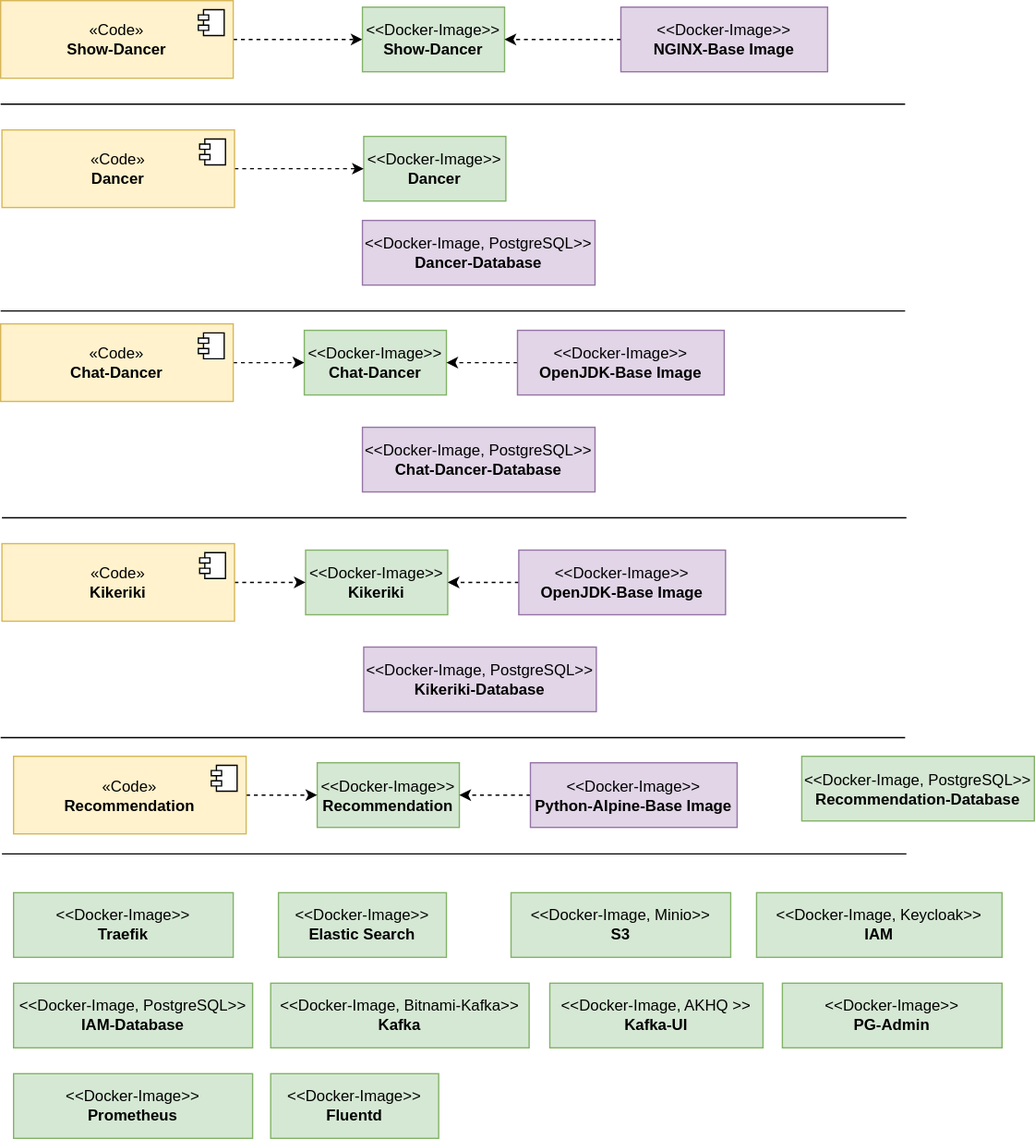
Earlier version of the draw.io export src/main/jbake/content/documentation/arc42/images/deployment-components.drawio.svg (dancier/documentation). Source tidied: cells renumbered, new cells last; positions are measured from the earlier drawing's top-left corner, leaving out a move shared by most shapes.
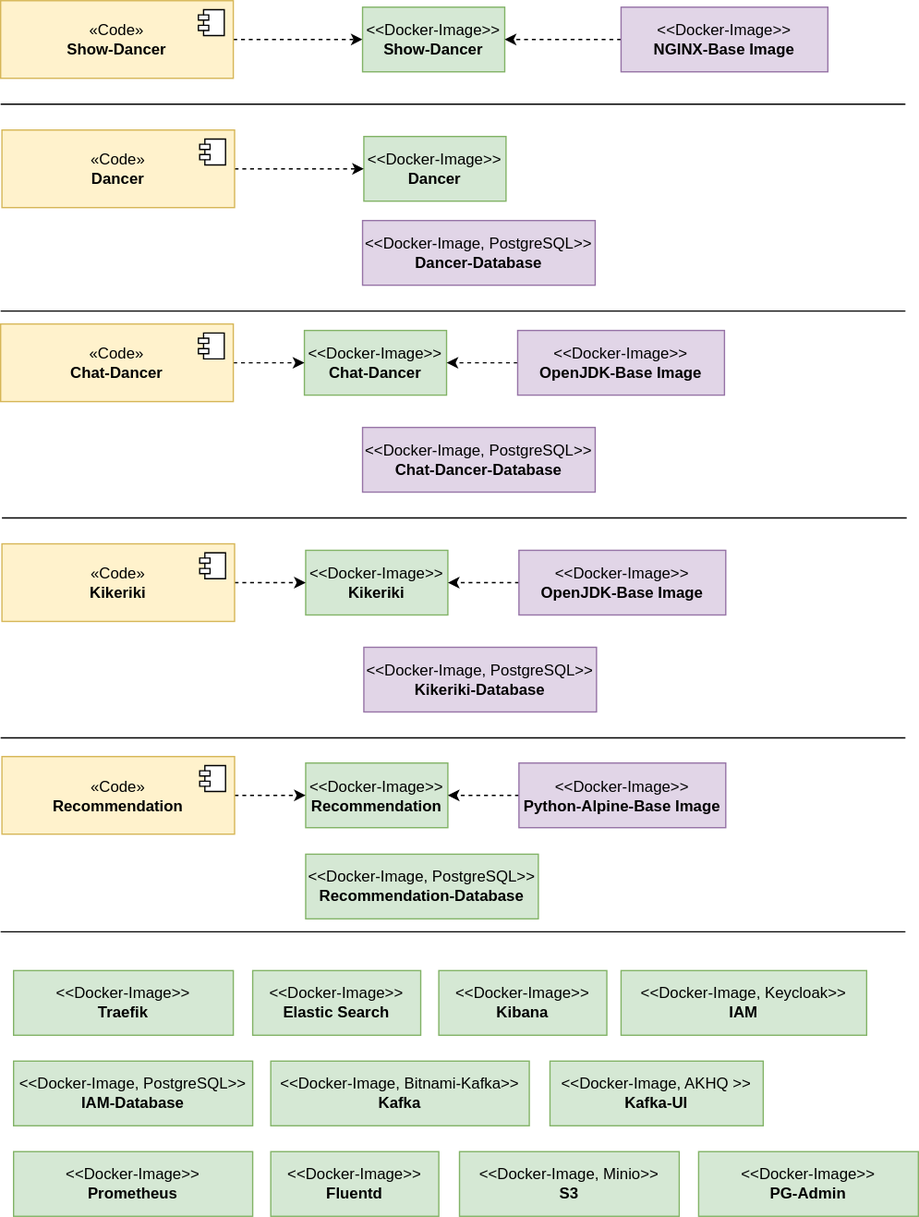
The same diagram one commit later.

Diff of the diagram source:
```diff
@@ -63,19 +63,19 @@
       <mxGeometry x="280" y="330" width="180" height="50" as="geometry" />
     </mxCell>
     <mxCell id="20" value="&amp;lt;&amp;lt;Docker-Image&amp;gt;&amp;gt;&lt;br&gt;&lt;b&gt;Fluentd&lt;/b&gt;" style="html=1;whiteSpace=wrap;fillColor=#d5e8d4;strokeColor=#82b366;" parent="1" vertex="1">
-      <mxGeometry x="209" y="830" width="130" height="50" as="geometry" />
+      <mxGeometry x="209" y="890" width="130" height="50" as="geometry" />
     </mxCell>
     <mxCell id="21" value="&amp;lt;&amp;lt;Docker-Image, Keycloak&amp;gt;&amp;gt;&lt;br&gt;&lt;b&gt;IAM&lt;/b&gt;" style="html=1;whiteSpace=wrap;fillColor=#d5e8d4;strokeColor=#82b366;" parent="1" vertex="1">
-      <mxGeometry x="585" y="690" width="190" height="50" as="geometry" />
+      <mxGeometry x="480" y="750" width="190" height="50" as="geometry" />
     </mxCell>
     <mxCell id="22" value="&amp;lt;&amp;lt;Docker-Image, PostgreSQL&amp;gt;&amp;gt;&lt;br&gt;&lt;b&gt;IAM-Database&lt;/b&gt;" style="html=1;whiteSpace=wrap;fillColor=#d5e8d4;strokeColor=#82b366;" parent="1" vertex="1">
-      <mxGeometry x="10" y="760" width="185" height="50" as="geometry" />
+      <mxGeometry x="10" y="820" width="185" height="50" as="geometry" />
     </mxCell>
     <mxCell id="23" value="&amp;lt;&amp;lt;Docker-Image, Bitnami-Kafka&amp;gt;&amp;gt;&lt;br&gt;&lt;b&gt;Kafka&lt;/b&gt;" style="html=1;whiteSpace=wrap;fillColor=#d5e8d4;strokeColor=#82b366;" parent="1" vertex="1">
-      <mxGeometry x="209" y="760" width="200" height="50" as="geometry" />
+      <mxGeometry x="209" y="820" width="200" height="50" as="geometry" />
     </mxCell>
     <mxCell id="24" value="&amp;lt;&amp;lt;Docker-Image, AKHQ &amp;gt;&amp;gt;&lt;br&gt;&lt;b&gt;Kafka-UI&lt;/b&gt;" style="html=1;whiteSpace=wrap;fillColor=#d5e8d4;strokeColor=#82b366;" parent="1" vertex="1">
-      <mxGeometry x="425" y="760" width="165" height="50" as="geometry" />
+      <mxGeometry x="425" y="820" width="165" height="50" as="geometry" />
     </mxCell>
     <mxCell id="25" value="&amp;lt;&amp;lt;Docker-Image&amp;gt;&amp;gt;&lt;br&gt;&lt;b&gt;Kikeriki&lt;/b&gt;" style="html=1;whiteSpace=wrap;fillColor=#d5e8d4;strokeColor=#82b366;" parent="1" vertex="1">
       <mxGeometry x="236" y="425" width="110" height="50" as="geometry" />
@@ -101,19 +101,19 @@
       <mxGeometry x="281" y="500" width="180" height="50" as="geometry" />
     </mxCell>
     <mxCell id="32" value="&amp;lt;&amp;lt;Docker-Image&amp;gt;&amp;gt;&lt;br&gt;&lt;b&gt;PG-Admin&lt;/b&gt;" style="html=1;whiteSpace=wrap;fillColor=#d5e8d4;strokeColor=#82b366;" parent="1" vertex="1">
-      <mxGeometry x="605" y="760" width="170" height="50" as="geometry" />
+      <mxGeometry x="540" y="890" width="170" height="50" as="geometry" />
     </mxCell>
     <mxCell id="33" value="&amp;lt;&amp;lt;Docker-Image&amp;gt;&amp;gt;&lt;br&gt;&lt;b&gt;Prometheus&lt;/b&gt;" style="html=1;whiteSpace=wrap;fillColor=#d5e8d4;strokeColor=#82b366;" parent="1" vertex="1">
-      <mxGeometry x="10" y="830" width="185" height="50" as="geometry" />
+      <mxGeometry x="10" y="890" width="185" height="50" as="geometry" />
     </mxCell>
     <mxCell id="34" value="&amp;lt;&amp;lt;Docker-Image&amp;gt;&amp;gt;&lt;br&gt;&lt;b&gt;Recommendation&lt;/b&gt;" style="html=1;whiteSpace=wrap;fillColor=#d5e8d4;strokeColor=#82b366;" parent="1" vertex="1">
-      <mxGeometry x="245" y="589.5" width="110" height="50" as="geometry" />
+      <mxGeometry x="236" y="589.5" width="110" height="50" as="geometry" />
     </mxCell>
     <mxCell id="35" style="edgeStyle=orthogonalEdgeStyle;rounded=0;jettySize=auto;html=1;entryX=0;entryY=0.5;entryDx=0;entryDy=0;dashed=1;" parent="1" edge="1" source="36" target="34">
       <mxGeometry relative="1" as="geometry" />
     </mxCell>
     <mxCell id="36" value="«Code»&lt;br&gt;&lt;b&gt;Recommendation&lt;/b&gt;" style="html=1;whiteSpace=wrap;fillColor=#fff2cc;strokeColor=#d6b656;" parent="1" vertex="1">
-      <mxGeometry x="10" y="584.5" width="180" height="60" as="geometry" />
+      <mxGeometry x="1" y="584.5" width="180" height="60" as="geometry" />
     </mxCell>
     <mxCell id="37" style="shape=module;jettyWidth=8;jettyHeight=4;" parent="36" vertex="1">
       <mxGeometry x="1" width="20" height="20" relative="1" as="geometry">
@@ -124,19 +124,19 @@
       <mxGeometry relative="1" as="geometry" />
     </mxCell>
     <mxCell id="39" value="&amp;lt;&amp;lt;Docker-Image&amp;gt;&amp;gt;&lt;br&gt;&lt;b&gt;Python-Alpine-Base Image&lt;/b&gt;" style="html=1;whiteSpace=wrap;fillColor=#e1d5e7;strokeColor=#9673a6;" parent="1" vertex="1">
-      <mxGeometry x="410" y="589.5" width="160" height="50" as="geometry" />
+      <mxGeometry x="401" y="589.5" width="160" height="50" as="geometry" />
     </mxCell>
     <mxCell id="40" value="&amp;lt;&amp;lt;Docker-Image, PostgreSQL&amp;gt;&amp;gt;&lt;br&gt;&lt;b&gt;Recommendation-Database&lt;/b&gt;" style="html=1;whiteSpace=wrap;fillColor=#d5e8d4;strokeColor=#82b366;" parent="1" vertex="1">
-      <mxGeometry x="620" y="584.5" width="180" height="50" as="geometry" />
+      <mxGeometry x="236" y="660" width="180" height="50" as="geometry" />
     </mxCell>
     <mxCell id="41" value="&amp;lt;&amp;lt;Docker-Image&amp;gt;&amp;gt;&lt;br&gt;&lt;b&gt;Elastic Search&lt;/b&gt;" style="html=1;whiteSpace=wrap;fillColor=#d5e8d4;strokeColor=#82b366;" parent="1" vertex="1">
-      <mxGeometry x="215" y="690" width="130" height="50" as="geometry" />
+      <mxGeometry x="195" y="750" width="130" height="50" as="geometry" />
     </mxCell>
     <mxCell id="42" value="&amp;lt;&amp;lt;Docker-Image&amp;gt;&amp;gt;&lt;br&gt;&lt;b&gt;Traefik&lt;/b&gt;" style="html=1;whiteSpace=wrap;fillColor=#d5e8d4;strokeColor=#82b366;" parent="1" vertex="1">
-      <mxGeometry x="10" y="690" width="170" height="50" as="geometry" />
+      <mxGeometry x="10" y="750" width="170" height="50" as="geometry" />
     </mxCell>
     <mxCell id="43" value="&amp;lt;&amp;lt;Docker-Image, Minio&amp;gt;&amp;gt;&lt;br&gt;&lt;b&gt;S3&lt;/b&gt;" style="html=1;whiteSpace=wrap;fillColor=#d5e8d4;strokeColor=#82b366;" parent="1" vertex="1">
-      <mxGeometry x="395" y="690" width="170" height="50" as="geometry" />
+      <mxGeometry x="355" y="890" width="170" height="50" as="geometry" />
     </mxCell>
     <mxCell id="44" style="endArrow=none;html=1;rounded=0;" parent="1" edge="1">
       <mxGeometry relative="1" as="geometry">
@@ -158,8 +158,8 @@
     </mxCell>
     <mxCell id="47" style="endArrow=none;html=1;rounded=0;" parent="1" edge="1">
       <mxGeometry relative="1" as="geometry">
-        <mxPoint x="1" y="660" as="sourcePoint" />
-        <mxPoint x="701" y="660" as="targetPoint" />
+        <mxPoint y="720" as="sourcePoint" />
+        <mxPoint x="700" y="720" as="targetPoint" />
       </mxGeometry>
     </mxCell>
     <mxCell id="48" style="endArrow=none;html=1;rounded=0;" parent="1" edge="1">
@@ -168,5 +168,8 @@
         <mxPoint x="700" y="570" as="targetPoint" />
       </mxGeometry>
     </mxCell>
+    <mxCell id="49" value="&amp;lt;&amp;lt;Docker-Image&amp;gt;&amp;gt;&lt;br&gt;&lt;b&gt;Kibana&lt;/b&gt;" style="html=1;whiteSpace=wrap;fillColor=#d5e8d4;strokeColor=#82b366;" parent="1" vertex="1">
+      <mxGeometry x="339" y="750" width="130" height="50" as="geometry" />
+    </mxCell>
   </root>
 </mxGraphModel>
```
